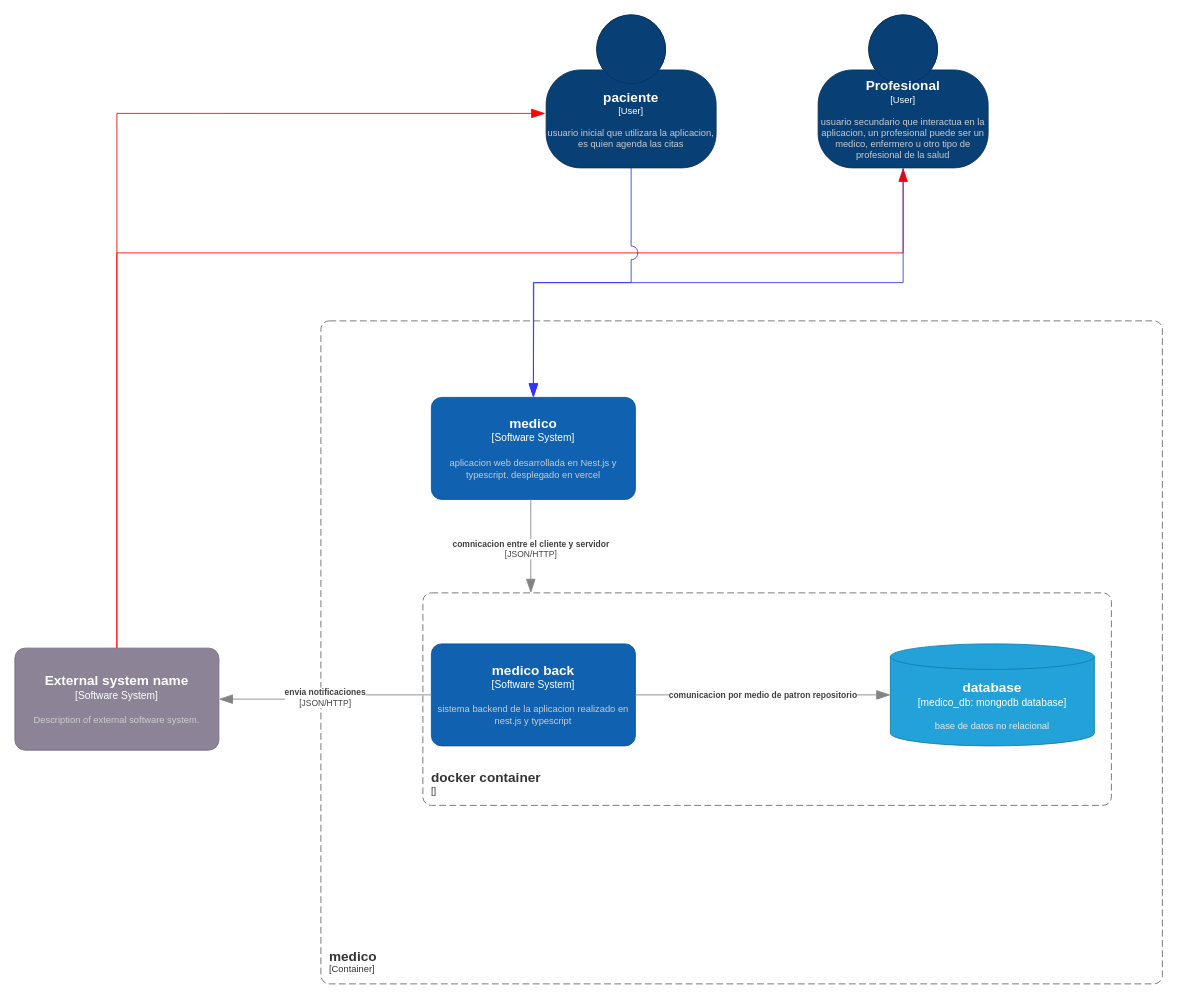
Before: page "Página-2" (2 of 2) of Diagrama sin título.drawio in malejandro80/medico-back, a draw.io diagram. Source tidied: cells renumbered, new cells numbered last; positions are measured from the earlier drawing's top-left corner, leaving out a move shared by most shapes. Both pictures are drawn from the tidied source at 85%, with x=0, y=0 at pixel (14, 14).
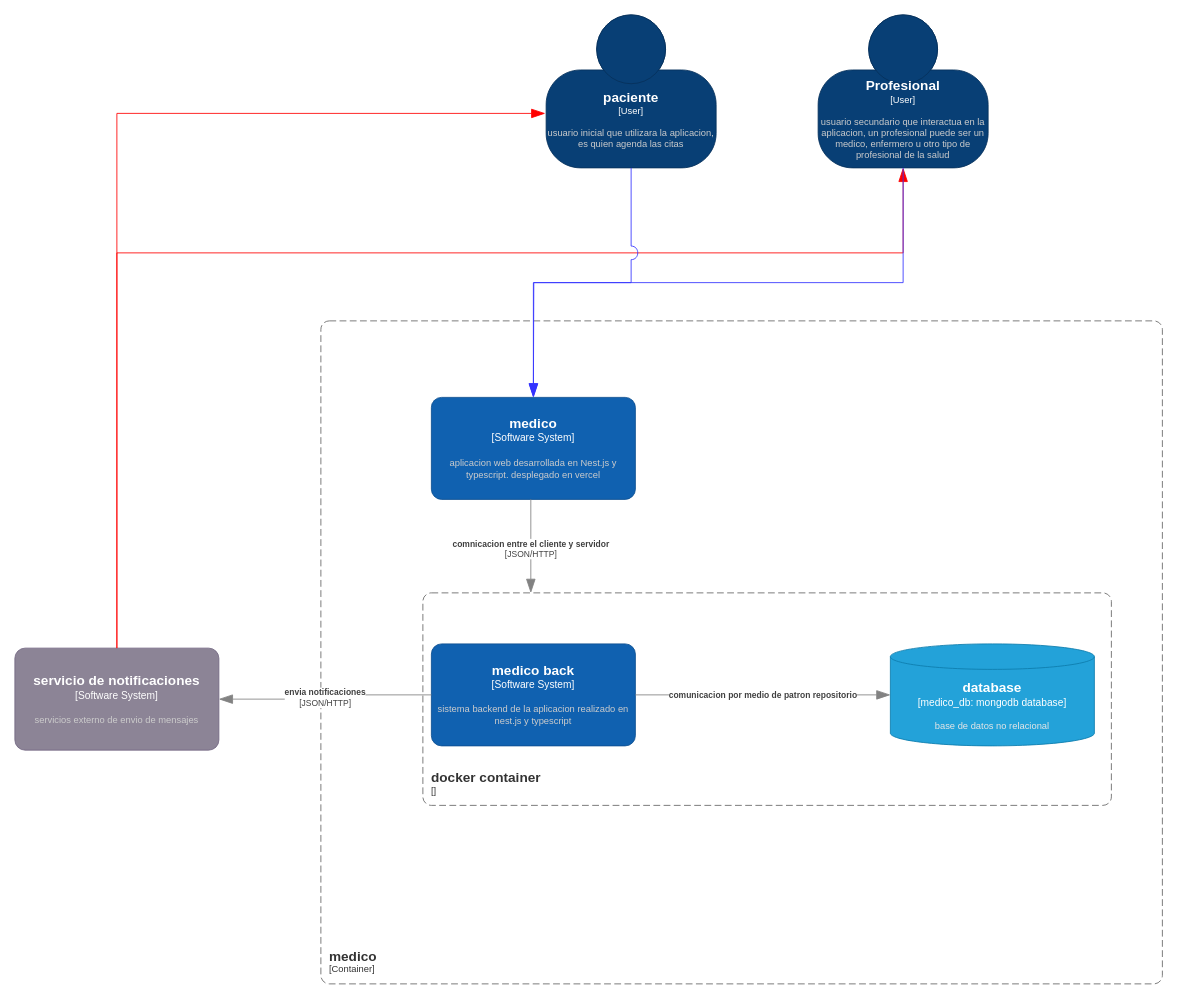
The same diagram, later.

What changed in the source:
```diff
@@
-    <object id="11" label="&lt;font style=&quot;font-size: 16px&quot;&gt;&lt;b&gt;%c4Name%&lt;/b&gt;&lt;/font&gt;&lt;div&gt;[%c4Type%]&lt;/div&gt;&lt;br&gt;&lt;div&gt;&lt;font style=&quot;font-size: 11px&quot;&gt;&lt;font color=&quot;#cccccc&quot;&gt;%c4Description%&lt;/font&gt;&lt;/div&gt;" c4Description="Description of external software system." c4Name="External system name" c4Type="Software System" placeholders="1">
+    <object id="11" label="&lt;font style=&quot;font-size: 16px&quot;&gt;&lt;b&gt;%c4Name%&lt;/b&gt;&lt;/font&gt;&lt;div&gt;[%c4Type%]&lt;/div&gt;&lt;br&gt;&lt;div&gt;&lt;font style=&quot;font-size: 11px&quot;&gt;&lt;font color=&quot;#cccccc&quot;&gt;%c4Description%&lt;/font&gt;&lt;/div&gt;" c4Description="servicios externo de envio de mensajes" c4Name="servicio de notificaciones" c4Type="Software System" placeholders="1">
       <mxCell style="rounded=1;whiteSpace=wrap;html=1;labelBackgroundColor=none;fillColor=#8C8496;fontColor=#ffffff;align=center;arcSize=10;strokeColor=#736782;points=[[0.25,0,0],[0.5,0,0],[0.75,0,0],[1,0.25,0],[1,0.5,0],[1,0.75,0],[0.75,1,0],[0.5,1,0],[0.25,1,0],[0,0.75,0],[0,0.5,0],[0,0.25,0]];" parent="1" vertex="1">
         <mxGeometry y="745" width="240" height="120" as="geometry" />
       </mxCell>
     </object>
```
